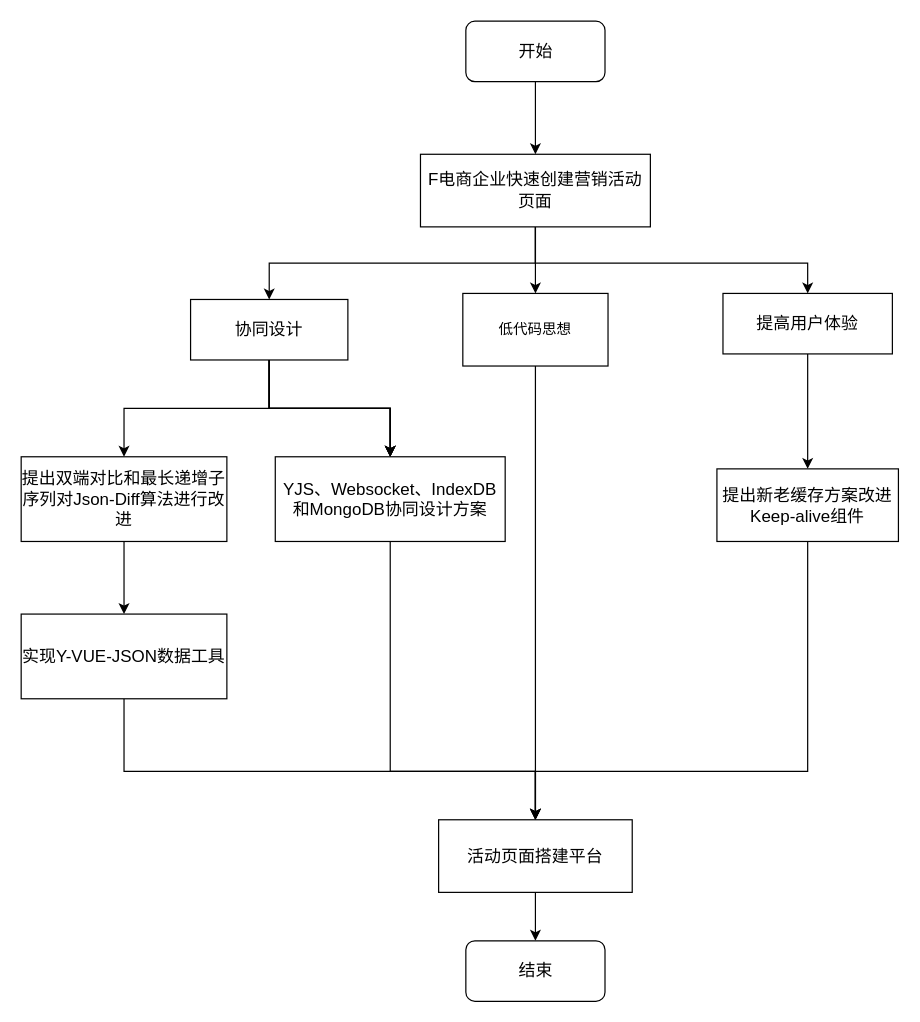
This is 论文新技术路线图.drawio from yuxinyu12345/diagrams, a draw.io file, before an edit. Source tidied: cells renumbered, new cells numbered last; positions are measured from the earlier drawing's top-left corner, leaving out a move shared by most shapes. Both pictures are drawn from the tidied source at 121%, with x=0, y=0 at pixel (21, 21).
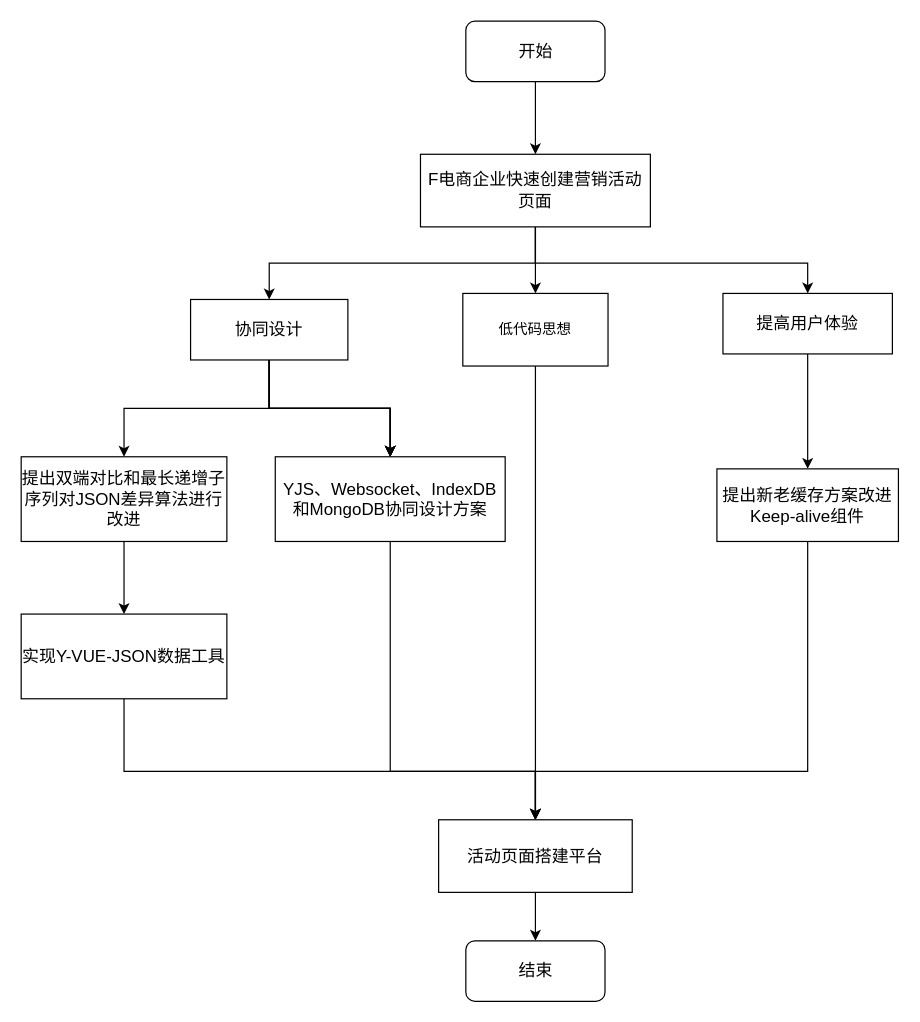
The same page after the edit.

Commit message:
更新论文新技术路线图.drawio

Diff of the diagram source:
```diff
@@
-    <mxCell id="21" value="&lt;p class=&quot;MsoNormal&quot; style=&quot;margin: 0pt 0pt 0.0001pt; font-size: 14px;&quot;&gt;&lt;font face=&quot;Times New Roman Regular&quot; style=&quot;font-size: 14px;&quot;&gt;&lt;span style=&quot;font-size: 14px;&quot;&gt;提出&lt;/span&gt;&lt;/font&gt;&lt;span style=&quot;font-family: 宋体; font-size: 14px; background-color: initial;&quot;&gt;双端对比和最长递增子序列对Json-Diff算法进行改进&lt;/span&gt;&lt;/p&gt;" style="rounded=0;whiteSpace=wrap;html=1;fontSize=14;align=center;" parent="1" vertex="1">
+    <mxCell id="21" value="&lt;p class=&quot;MsoNormal&quot; style=&quot;margin: 0pt 0pt 0.0001pt; font-size: 14px;&quot;&gt;&lt;font face=&quot;Times New Roman Regular&quot; style=&quot;font-size: 14px;&quot;&gt;&lt;span style=&quot;font-size: 14px;&quot;&gt;提出&lt;/span&gt;&lt;/font&gt;&lt;span style=&quot;font-family: 宋体; font-size: 14px; background-color: initial;&quot;&gt;双端对比和最长递增子序列对JSON差异算法进行改进&lt;/span&gt;&lt;/p&gt;" style="rounded=0;whiteSpace=wrap;html=1;fontSize=14;align=center;" parent="1" vertex="1">
       <mxGeometry y="360" width="170" height="70" as="geometry" />
     </mxCell>
```
